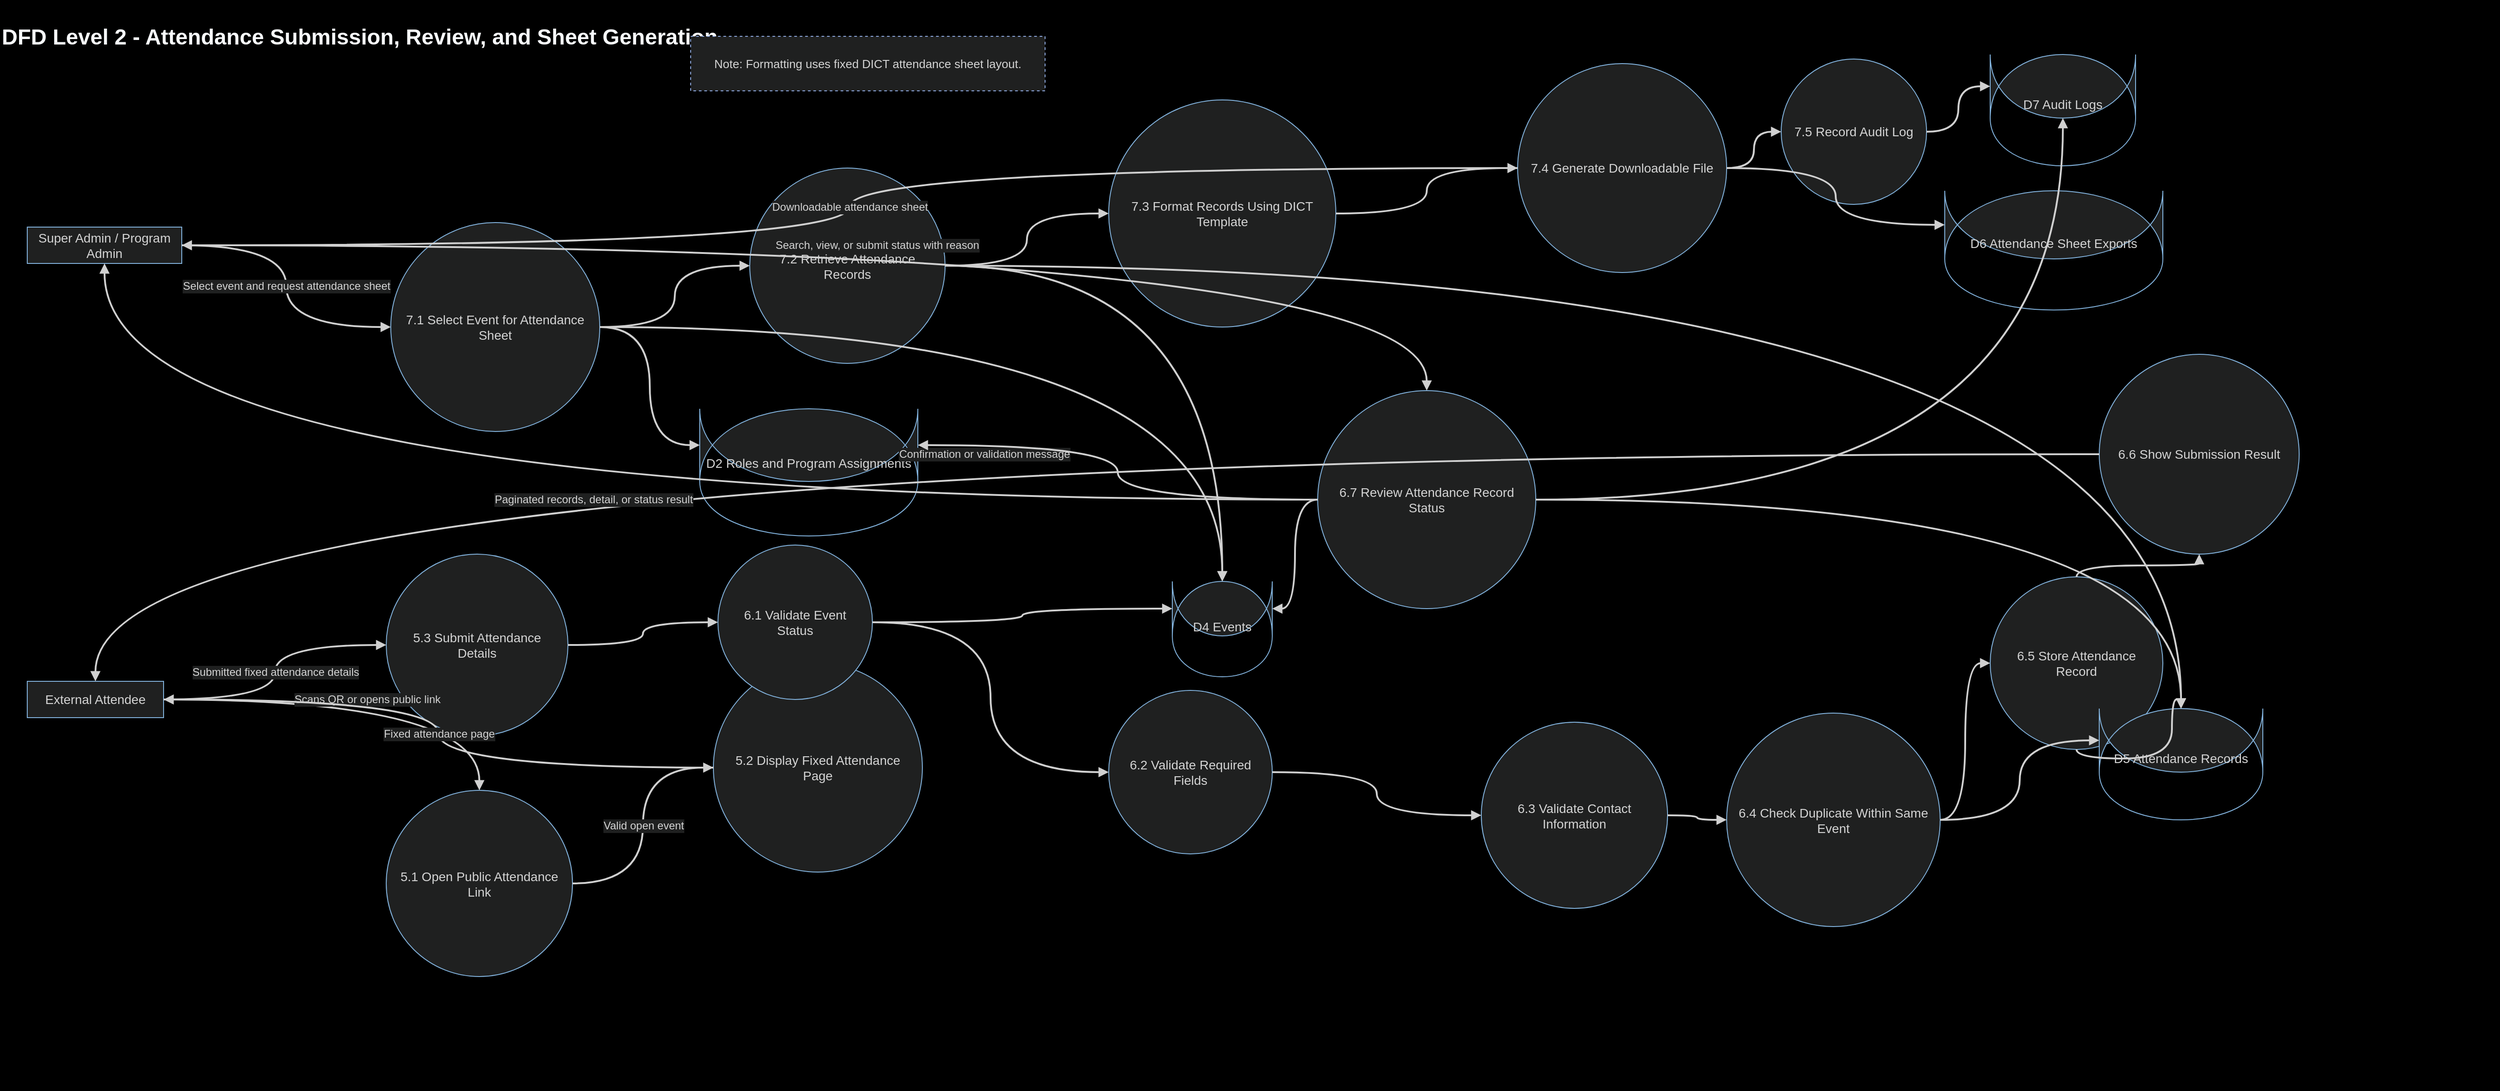
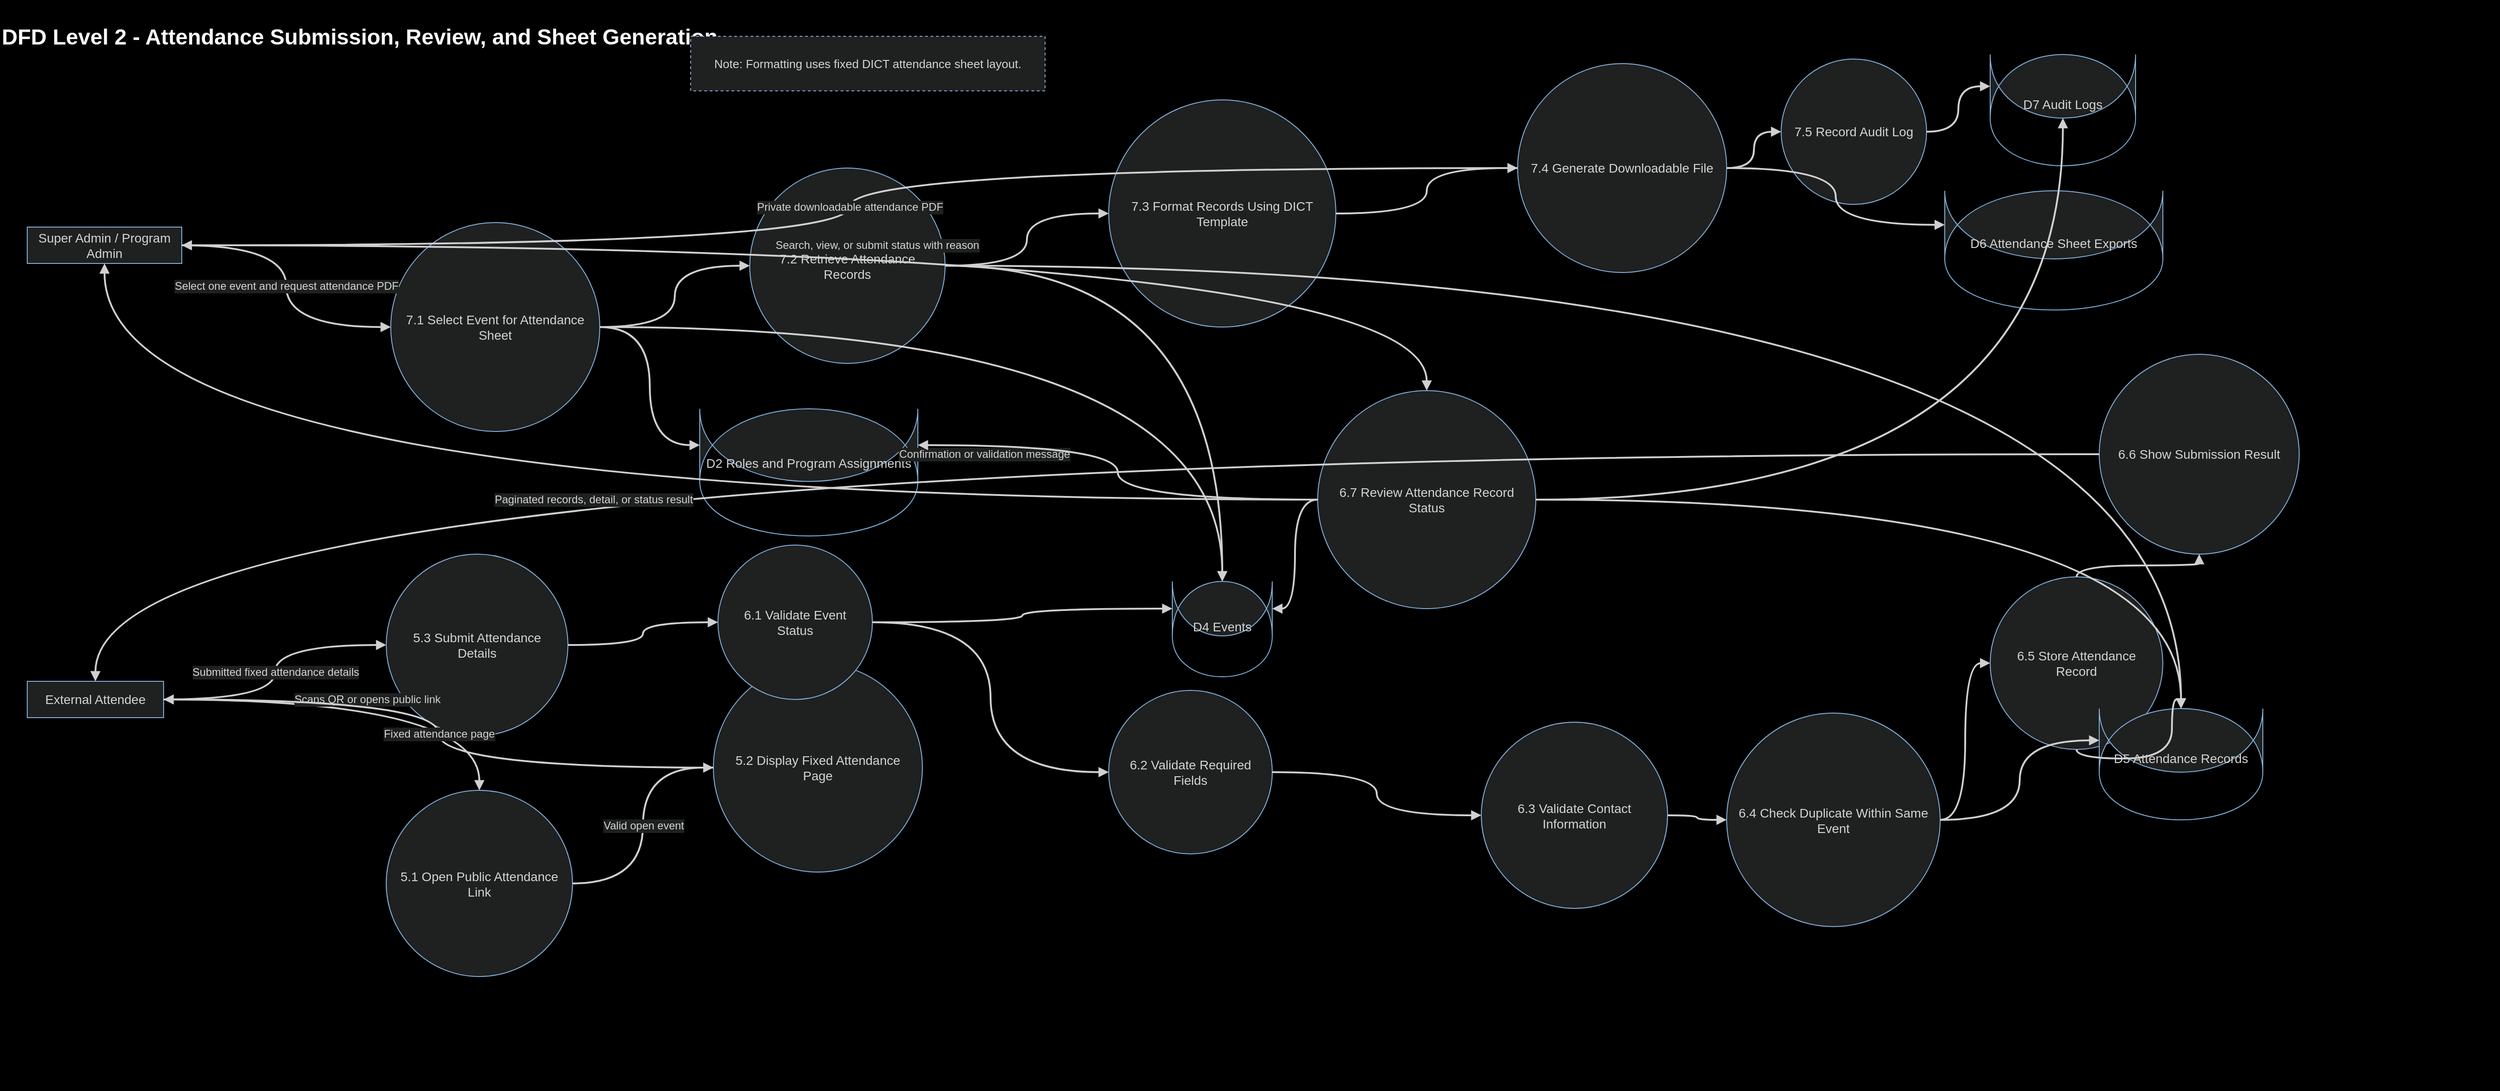
<?xml version='1.0' encoding='utf-8'?>
- <mxfile host="app.diagrams.net"><diagram name="DFD Level 2 - Attendance Submission, Review, and Sheet Generation"><mxGraphModel dx="2750" dy="1200" grid="1" gridSize="10" guides="1" tooltips="1" connect="1" arrows="1" fold="1" page="1" pageScale="1" pageWidth="2750" pageHeight="1200" background="#000000" math="0" shadow="0"><root><mxCell id="0" /><mxCell id="1" parent="0" /><mxCell id="background" value="" style="rounded=0;whiteSpace=wrap;html=1;fillColor=#000000;strokeColor=none;locked=1;" vertex="1" parent="1"><mxGeometry x="0" y="0" width="2750" height="1200" as="geometry" /></mxCell><mxCell id="title" value="DFD Level 2 - Attendance Submission, Review, and Sheet Generation" style="text;html=1;strokeColor=none;fillColor=none;fontColor=#f8fafc;fontStyle=1;fontSize=24;" vertex="1" parent="1"><mxGeometry x="0" y="20" width="2750" height="40" as="geometry" /></mxCell><mxCell id="note_template" value="Note: Formatting uses fixed DICT attendance sheet layout." style="rounded=0;whiteSpace=wrap;html=1;strokeColor=#8CA6DB;fillColor=#1f2020;fontColor=#d4d4d4;fontSize=13;spacing=8;dashed=1;" vertex="1" parent="1"><mxGeometry x="760" y="40" width="390" height="60" as="geometry" /></mxCell><mxCell id="admin" value="Super Admin / Program Admin" style="rounded=0;whiteSpace=wrap;html=1;strokeColor=#81B1DB;fillColor=#1f2020;fontColor=#d4d4d4;fontStyle=0;fontSize=14;spacing=8;" vertex="1" parent="1"><mxGeometry x="30" y="250" width="170" height="40" as="geometry" /></mxCell><mxCell id="attendee" value="External Attendee" style="rounded=0;whiteSpace=wrap;html=1;strokeColor=#81B1DB;fillColor=#1f2020;fontColor=#d4d4d4;fontStyle=0;fontSize=14;spacing=8;" vertex="1" parent="1"><mxGeometry x="30" y="750" width="150" height="40" as="geometry" /></mxCell><mxCell id="p71" value="7.1 Select Event for Attendance Sheet" style="ellipse;whiteSpace=wrap;html=1;strokeColor=#81B1DB;fillColor=#1f2020;fontColor=#d4d4d4;fontStyle=0;fontSize=14;spacing=8;" vertex="1" parent="1"><mxGeometry x="430" y="245" width="230" height="230" as="geometry" /></mxCell><mxCell id="p72" value="7.2 Retrieve Attendance Records" style="ellipse;whiteSpace=wrap;html=1;strokeColor=#81B1DB;fillColor=#1f2020;fontColor=#d4d4d4;fontStyle=0;fontSize=14;spacing=8;" vertex="1" parent="1"><mxGeometry x="825" y="185" width="215" height="215" as="geometry" /></mxCell><mxCell id="p73" value="7.3 Format Records Using DICT Template" style="ellipse;whiteSpace=wrap;html=1;strokeColor=#81B1DB;fillColor=#1f2020;fontColor=#d4d4d4;fontStyle=0;fontSize=14;spacing=8;" vertex="1" parent="1"><mxGeometry x="1220" y="110" width="250" height="250" as="geometry" /></mxCell><mxCell id="p74" value="7.4 Generate Downloadable File" style="ellipse;whiteSpace=wrap;html=1;strokeColor=#81B1DB;fillColor=#1f2020;fontColor=#d4d4d4;fontStyle=0;fontSize=14;spacing=8;" vertex="1" parent="1"><mxGeometry x="1670" y="70" width="230" height="230" as="geometry" /></mxCell><mxCell id="p75" value="7.5 Record Audit Log" style="ellipse;whiteSpace=wrap;html=1;strokeColor=#81B1DB;fillColor=#1f2020;fontColor=#d4d4d4;fontStyle=0;fontSize=14;spacing=8;" vertex="1" parent="1"><mxGeometry x="1960" y="65" width="160" height="160" as="geometry" /></mxCell><mxCell id="p51" value="5.1 Open Public Attendance Link" style="ellipse;whiteSpace=wrap;html=1;strokeColor=#81B1DB;fillColor=#1f2020;fontColor=#d4d4d4;fontStyle=0;fontSize=14;spacing=8;" vertex="1" parent="1"><mxGeometry x="425" y="870" width="205" height="205" as="geometry" /></mxCell><mxCell id="p52" value="5.2 Display Fixed Attendance Page" style="ellipse;whiteSpace=wrap;html=1;strokeColor=#81B1DB;fillColor=#1f2020;fontColor=#d4d4d4;fontStyle=0;fontSize=14;spacing=8;" vertex="1" parent="1"><mxGeometry x="785" y="730" width="230" height="230" as="geometry" /></mxCell><mxCell id="p53" value="5.3 Submit Attendance Details" style="ellipse;whiteSpace=wrap;html=1;strokeColor=#81B1DB;fillColor=#1f2020;fontColor=#d4d4d4;fontStyle=0;fontSize=14;spacing=8;" vertex="1" parent="1"><mxGeometry x="425" y="610" width="200" height="200" as="geometry" /></mxCell><mxCell id="p61" value="6.1 Validate Event Status" style="ellipse;whiteSpace=wrap;html=1;strokeColor=#81B1DB;fillColor=#1f2020;fontColor=#d4d4d4;fontStyle=0;fontSize=14;spacing=8;" vertex="1" parent="1"><mxGeometry x="790" y="600" width="170" height="170" as="geometry" /></mxCell><mxCell id="p62" value="6.2 Validate Required Fields" style="ellipse;whiteSpace=wrap;html=1;strokeColor=#81B1DB;fillColor=#1f2020;fontColor=#d4d4d4;fontStyle=0;fontSize=14;spacing=8;" vertex="1" parent="1"><mxGeometry x="1220" y="760" width="180" height="180" as="geometry" /></mxCell><mxCell id="p63" value="6.3 Validate Contact Information" style="ellipse;whiteSpace=wrap;html=1;strokeColor=#81B1DB;fillColor=#1f2020;fontColor=#d4d4d4;fontStyle=0;fontSize=14;spacing=8;" vertex="1" parent="1"><mxGeometry x="1630" y="795" width="205" height="205" as="geometry" /></mxCell><mxCell id="p64" value="6.4 Check Duplicate Within Same Event" style="ellipse;whiteSpace=wrap;html=1;strokeColor=#81B1DB;fillColor=#1f2020;fontColor=#d4d4d4;fontStyle=0;fontSize=14;spacing=8;" vertex="1" parent="1"><mxGeometry x="1900" y="785" width="235" height="235" as="geometry" /></mxCell><mxCell id="p65" value="6.5 Store Attendance Record" style="ellipse;whiteSpace=wrap;html=1;strokeColor=#81B1DB;fillColor=#1f2020;fontColor=#d4d4d4;fontStyle=0;fontSize=14;spacing=8;" vertex="1" parent="1"><mxGeometry x="2190" y="635" width="190" height="190" as="geometry" /></mxCell><mxCell id="p66" value="6.6 Show Submission Result" style="ellipse;whiteSpace=wrap;html=1;strokeColor=#81B1DB;fillColor=#1f2020;fontColor=#d4d4d4;fontStyle=0;fontSize=14;spacing=8;" vertex="1" parent="1"><mxGeometry x="2310" y="390" width="220" height="220" as="geometry" /></mxCell><mxCell id="p67" value="6.7 Review Attendance Record Status" style="ellipse;whiteSpace=wrap;html=1;strokeColor=#81B1DB;fillColor=#1f2020;fontColor=#d4d4d4;fontStyle=0;fontSize=14;spacing=8;" vertex="1" parent="1"><mxGeometry x="1450" y="430" width="240" height="240" as="geometry" /></mxCell><mxCell id="d2" value="D2 Roles and Program Assignments" style="shape=cylinder;whiteSpace=wrap;html=1;boundedLbl=1;backgroundOutline=1;size=15;strokeColor=#81B1DB;fillColor=#1f2020;fontColor=#d4d4d4;fontSize=14;spacing=8;" vertex="1" parent="1"><mxGeometry x="770" y="450" width="240" height="80" as="geometry" /></mxCell><mxCell id="d4" value="D4 Events" style="shape=cylinder;whiteSpace=wrap;html=1;boundedLbl=1;backgroundOutline=1;size=15;strokeColor=#81B1DB;fillColor=#1f2020;fontColor=#d4d4d4;fontSize=14;spacing=8;" vertex="1" parent="1"><mxGeometry x="1290" y="640" width="110" height="60" as="geometry" /></mxCell><mxCell id="d5" value="D5 Attendance Records" style="shape=cylinder;whiteSpace=wrap;html=1;boundedLbl=1;backgroundOutline=1;size=15;strokeColor=#81B1DB;fillColor=#1f2020;fontColor=#d4d4d4;fontSize=14;spacing=8;" vertex="1" parent="1"><mxGeometry x="2310" y="780" width="180" height="70" as="geometry" /></mxCell><mxCell id="d6" value="D6 Attendance Sheet Exports" style="shape=cylinder;whiteSpace=wrap;html=1;boundedLbl=1;backgroundOutline=1;size=15;strokeColor=#81B1DB;fillColor=#1f2020;fontColor=#d4d4d4;fontSize=14;spacing=8;" vertex="1" parent="1"><mxGeometry x="2140" y="210" width="240" height="75" as="geometry" /></mxCell><mxCell id="d7" value="D7 Audit Logs" style="shape=cylinder;whiteSpace=wrap;html=1;boundedLbl=1;backgroundOutline=1;size=15;strokeColor=#81B1DB;fillColor=#1f2020;fontColor=#d4d4d4;fontSize=14;spacing=8;" vertex="1" parent="1"><mxGeometry x="2190" y="60" width="160" height="70" as="geometry" /></mxCell><mxCell id="e1" value="Scans QR or opens public link" style="edgeStyle=orthogonalEdgeStyle;rounded=1;curved=1;html=1;endArrow=block;strokeColor=#d0d0d0;fontColor=#d4d4d4;fontSize=12;labelBackgroundColor=#1f2020;strokeWidth=2;" edge="1" parent="1" source="attendee" target="p51"><mxGeometry relative="1" as="geometry" /></mxCell><mxCell id="e2" value="Valid open event" style="edgeStyle=orthogonalEdgeStyle;rounded=1;curved=1;html=1;endArrow=block;strokeColor=#d0d0d0;fontColor=#d4d4d4;fontSize=12;labelBackgroundColor=#1f2020;strokeWidth=2;" edge="1" parent="1" source="p51" target="p52"><mxGeometry relative="1" as="geometry" /></mxCell><mxCell id="e3" value="Fixed attendance page" style="edgeStyle=orthogonalEdgeStyle;rounded=1;curved=1;html=1;endArrow=block;strokeColor=#d0d0d0;fontColor=#d4d4d4;fontSize=12;labelBackgroundColor=#1f2020;strokeWidth=2;" edge="1" parent="1" source="p52" target="attendee"><mxGeometry relative="1" as="geometry" /></mxCell><mxCell id="e4" value="Submitted fixed attendance details" style="edgeStyle=orthogonalEdgeStyle;rounded=1;curved=1;html=1;endArrow=block;strokeColor=#d0d0d0;fontColor=#d4d4d4;fontSize=12;labelBackgroundColor=#1f2020;strokeWidth=2;" edge="1" parent="1" source="attendee" target="p53"><mxGeometry relative="1" as="geometry" /></mxCell><mxCell id="e5" value="" style="edgeStyle=orthogonalEdgeStyle;rounded=1;curved=1;html=1;endArrow=block;strokeColor=#d0d0d0;fontColor=#d4d4d4;fontSize=12;labelBackgroundColor=#1f2020;strokeWidth=2;" edge="1" parent="1" source="p53" target="p61"><mxGeometry relative="1" as="geometry" /></mxCell><mxCell id="e6" value="" style="edgeStyle=orthogonalEdgeStyle;rounded=1;curved=1;html=1;endArrow=block;strokeColor=#d0d0d0;fontColor=#d4d4d4;fontSize=12;labelBackgroundColor=#1f2020;strokeWidth=2;" edge="1" parent="1" source="p61" target="d4"><mxGeometry relative="1" as="geometry" /></mxCell><mxCell id="e7" value="" style="edgeStyle=orthogonalEdgeStyle;rounded=1;curved=1;html=1;endArrow=block;strokeColor=#d0d0d0;fontColor=#d4d4d4;fontSize=12;labelBackgroundColor=#1f2020;strokeWidth=2;" edge="1" parent="1" source="p61" target="p62"><mxGeometry relative="1" as="geometry" /></mxCell><mxCell id="e8" value="" style="edgeStyle=orthogonalEdgeStyle;rounded=1;curved=1;html=1;endArrow=block;strokeColor=#d0d0d0;fontColor=#d4d4d4;fontSize=12;labelBackgroundColor=#1f2020;strokeWidth=2;" edge="1" parent="1" source="p62" target="p63"><mxGeometry relative="1" as="geometry" /></mxCell><mxCell id="e9" value="" style="edgeStyle=orthogonalEdgeStyle;rounded=1;curved=1;html=1;endArrow=block;strokeColor=#d0d0d0;fontColor=#d4d4d4;fontSize=12;labelBackgroundColor=#1f2020;strokeWidth=2;" edge="1" parent="1" source="p63" target="p64"><mxGeometry relative="1" as="geometry" /></mxCell><mxCell id="e10" value="" style="edgeStyle=orthogonalEdgeStyle;rounded=1;curved=1;html=1;endArrow=block;strokeColor=#d0d0d0;fontColor=#d4d4d4;fontSize=12;labelBackgroundColor=#1f2020;strokeWidth=2;" edge="1" parent="1" source="p64" target="p65"><mxGeometry relative="1" as="geometry" /></mxCell><mxCell id="e11" value="" style="edgeStyle=orthogonalEdgeStyle;rounded=1;curved=1;html=1;endArrow=block;strokeColor=#d0d0d0;fontColor=#d4d4d4;fontSize=12;labelBackgroundColor=#1f2020;strokeWidth=2;" edge="1" parent="1" source="p64" target="d5"><mxGeometry relative="1" as="geometry" /></mxCell><mxCell id="e12" value="" style="edgeStyle=orthogonalEdgeStyle;rounded=1;curved=1;html=1;endArrow=block;strokeColor=#d0d0d0;fontColor=#d4d4d4;fontSize=12;labelBackgroundColor=#1f2020;strokeWidth=2;" edge="1" parent="1" source="p65" target="d5"><mxGeometry relative="1" as="geometry" /></mxCell><mxCell id="e13" value="" style="edgeStyle=orthogonalEdgeStyle;rounded=1;curved=1;html=1;endArrow=block;strokeColor=#d0d0d0;fontColor=#d4d4d4;fontSize=12;labelBackgroundColor=#1f2020;strokeWidth=2;" edge="1" parent="1" source="p65" target="p66"><mxGeometry relative="1" as="geometry" /></mxCell><mxCell id="e14" value="Confirmation or validation message" style="edgeStyle=orthogonalEdgeStyle;rounded=1;curved=1;html=1;endArrow=block;strokeColor=#d0d0d0;fontColor=#d4d4d4;fontSize=12;labelBackgroundColor=#1f2020;strokeWidth=2;" edge="1" parent="1" source="p66" target="attendee"><mxGeometry relative="1" as="geometry" /></mxCell><mxCell id="e15" value="Search, view, or submit status with reason" style="edgeStyle=orthogonalEdgeStyle;rounded=1;curved=1;html=1;endArrow=block;strokeColor=#d0d0d0;fontColor=#d4d4d4;fontSize=12;labelBackgroundColor=#1f2020;strokeWidth=2;" edge="1" parent="1" source="admin" target="p67"><mxGeometry relative="1" as="geometry" /></mxCell><mxCell id="e16" value="" style="edgeStyle=orthogonalEdgeStyle;rounded=1;curved=1;html=1;endArrow=block;strokeColor=#d0d0d0;fontColor=#d4d4d4;fontSize=12;labelBackgroundColor=#1f2020;strokeWidth=2;" edge="1" parent="1" source="p67" target="d2"><mxGeometry relative="1" as="geometry" /></mxCell><mxCell id="e17" value="" style="edgeStyle=orthogonalEdgeStyle;rounded=1;curved=1;html=1;endArrow=block;strokeColor=#d0d0d0;fontColor=#d4d4d4;fontSize=12;labelBackgroundColor=#1f2020;strokeWidth=2;" edge="1" parent="1" source="p67" target="d4"><mxGeometry relative="1" as="geometry" /></mxCell><mxCell id="e18" value="" style="edgeStyle=orthogonalEdgeStyle;rounded=1;curved=1;html=1;endArrow=block;strokeColor=#d0d0d0;fontColor=#d4d4d4;fontSize=12;labelBackgroundColor=#1f2020;strokeWidth=2;" edge="1" parent="1" source="p67" target="d5"><mxGeometry relative="1" as="geometry" /></mxCell><mxCell id="e19" value="" style="edgeStyle=orthogonalEdgeStyle;rounded=1;curved=1;html=1;endArrow=block;strokeColor=#d0d0d0;fontColor=#d4d4d4;fontSize=12;labelBackgroundColor=#1f2020;strokeWidth=2;" edge="1" parent="1" source="p67" target="d7"><mxGeometry relative="1" as="geometry" /></mxCell><mxCell id="e20" value="Paginated records, detail, or status result" style="edgeStyle=orthogonalEdgeStyle;rounded=1;curved=1;html=1;endArrow=block;strokeColor=#d0d0d0;fontColor=#d4d4d4;fontSize=12;labelBackgroundColor=#1f2020;strokeWidth=2;" edge="1" parent="1" source="p67" target="admin"><mxGeometry relative="1" as="geometry" /></mxCell><mxCell id="e21" value="Select event and request attendance sheet" style="edgeStyle=orthogonalEdgeStyle;rounded=1;curved=1;html=1;endArrow=block;strokeColor=#d0d0d0;fontColor=#d4d4d4;fontSize=12;labelBackgroundColor=#1f2020;strokeWidth=2;" edge="1" parent="1" source="admin" target="p71"><mxGeometry relative="1" as="geometry" /></mxCell><mxCell id="e22" value="" style="edgeStyle=orthogonalEdgeStyle;rounded=1;curved=1;html=1;endArrow=block;strokeColor=#d0d0d0;fontColor=#d4d4d4;fontSize=12;labelBackgroundColor=#1f2020;strokeWidth=2;" edge="1" parent="1" source="p71" target="d2"><mxGeometry relative="1" as="geometry" /></mxCell><mxCell id="e23" value="" style="edgeStyle=orthogonalEdgeStyle;rounded=1;curved=1;html=1;endArrow=block;strokeColor=#d0d0d0;fontColor=#d4d4d4;fontSize=12;labelBackgroundColor=#1f2020;strokeWidth=2;" edge="1" parent="1" source="p71" target="d4"><mxGeometry relative="1" as="geometry" /></mxCell><mxCell id="e24" value="" style="edgeStyle=orthogonalEdgeStyle;rounded=1;curved=1;html=1;endArrow=block;strokeColor=#d0d0d0;fontColor=#d4d4d4;fontSize=12;labelBackgroundColor=#1f2020;strokeWidth=2;" edge="1" parent="1" source="p71" target="p72"><mxGeometry relative="1" as="geometry" /></mxCell><mxCell id="e25" value="" style="edgeStyle=orthogonalEdgeStyle;rounded=1;curved=1;html=1;endArrow=block;strokeColor=#d0d0d0;fontColor=#d4d4d4;fontSize=12;labelBackgroundColor=#1f2020;strokeWidth=2;" edge="1" parent="1" source="p72" target="d4"><mxGeometry relative="1" as="geometry" /></mxCell><mxCell id="e26" value="" style="edgeStyle=orthogonalEdgeStyle;rounded=1;curved=1;html=1;endArrow=block;strokeColor=#d0d0d0;fontColor=#d4d4d4;fontSize=12;labelBackgroundColor=#1f2020;strokeWidth=2;" edge="1" parent="1" source="p72" target="d5"><mxGeometry relative="1" as="geometry" /></mxCell><mxCell id="e27" value="" style="edgeStyle=orthogonalEdgeStyle;rounded=1;curved=1;html=1;endArrow=block;strokeColor=#d0d0d0;fontColor=#d4d4d4;fontSize=12;labelBackgroundColor=#1f2020;strokeWidth=2;" edge="1" parent="1" source="p72" target="p73"><mxGeometry relative="1" as="geometry" /></mxCell><mxCell id="e28" value="" style="edgeStyle=orthogonalEdgeStyle;rounded=1;curved=1;html=1;endArrow=block;strokeColor=#d0d0d0;fontColor=#d4d4d4;fontSize=12;labelBackgroundColor=#1f2020;strokeWidth=2;" edge="1" parent="1" source="p73" target="p74"><mxGeometry relative="1" as="geometry" /></mxCell><mxCell id="e29" value="Downloadable attendance sheet" style="edgeStyle=orthogonalEdgeStyle;rounded=1;curved=1;html=1;endArrow=block;strokeColor=#d0d0d0;fontColor=#d4d4d4;fontSize=12;labelBackgroundColor=#1f2020;strokeWidth=2;" edge="1" parent="1" source="p74" target="admin"><mxGeometry relative="1" as="geometry" /></mxCell><mxCell id="e30" value="" style="edgeStyle=orthogonalEdgeStyle;rounded=1;curved=1;html=1;endArrow=block;strokeColor=#d0d0d0;fontColor=#d4d4d4;fontSize=12;labelBackgroundColor=#1f2020;strokeWidth=2;" edge="1" parent="1" source="p74" target="d6"><mxGeometry relative="1" as="geometry" /></mxCell><mxCell id="e31" value="" style="edgeStyle=orthogonalEdgeStyle;rounded=1;curved=1;html=1;endArrow=block;strokeColor=#d0d0d0;fontColor=#d4d4d4;fontSize=12;labelBackgroundColor=#1f2020;strokeWidth=2;" edge="1" parent="1" source="p74" target="p75"><mxGeometry relative="1" as="geometry" /></mxCell><mxCell id="e32" value="" style="edgeStyle=orthogonalEdgeStyle;rounded=1;curved=1;html=1;endArrow=block;strokeColor=#d0d0d0;fontColor=#d4d4d4;fontSize=12;labelBackgroundColor=#1f2020;strokeWidth=2;" edge="1" parent="1" source="p75" target="d7"><mxGeometry relative="1" as="geometry" /></mxCell></root></mxGraphModel></diagram></mxfile>+ <mxfile host="app.diagrams.net"><diagram name="DFD Level 2 - Attendance Submission, Review, and Sheet Generation"><mxGraphModel dx="2750" dy="1200" grid="1" gridSize="10" guides="1" tooltips="1" connect="1" arrows="1" fold="1" page="1" pageScale="1" pageWidth="2750" pageHeight="1200" background="#000000" math="0" shadow="0"><root><mxCell id="0" /><mxCell id="1" parent="0" /><mxCell id="background" value="" style="rounded=0;whiteSpace=wrap;html=1;fillColor=#000000;strokeColor=none;locked=1;" vertex="1" parent="1"><mxGeometry x="0" y="0" width="2750" height="1200" as="geometry" /></mxCell><mxCell id="title" value="DFD Level 2 - Attendance Submission, Review, and Sheet Generation" style="text;html=1;strokeColor=none;fillColor=none;fontColor=#f8fafc;fontStyle=1;fontSize=24;" vertex="1" parent="1"><mxGeometry x="0" y="20" width="2750" height="40" as="geometry" /></mxCell><mxCell id="note_template" value="Note: Formatting uses fixed DICT attendance sheet layout." style="rounded=0;whiteSpace=wrap;html=1;strokeColor=#8CA6DB;fillColor=#1f2020;fontColor=#d4d4d4;fontSize=13;spacing=8;dashed=1;" vertex="1" parent="1"><mxGeometry x="760" y="40" width="390" height="60" as="geometry" /></mxCell><mxCell id="admin" value="Super Admin / Program Admin" style="rounded=0;whiteSpace=wrap;html=1;strokeColor=#81B1DB;fillColor=#1f2020;fontColor=#d4d4d4;fontStyle=0;fontSize=14;spacing=8;" vertex="1" parent="1"><mxGeometry x="30" y="250" width="170" height="40" as="geometry" /></mxCell><mxCell id="attendee" value="External Attendee" style="rounded=0;whiteSpace=wrap;html=1;strokeColor=#81B1DB;fillColor=#1f2020;fontColor=#d4d4d4;fontStyle=0;fontSize=14;spacing=8;" vertex="1" parent="1"><mxGeometry x="30" y="750" width="150" height="40" as="geometry" /></mxCell><mxCell id="p71" value="7.1 Select Event for Attendance Sheet" style="ellipse;whiteSpace=wrap;html=1;strokeColor=#81B1DB;fillColor=#1f2020;fontColor=#d4d4d4;fontStyle=0;fontSize=14;spacing=8;" vertex="1" parent="1"><mxGeometry x="430" y="245" width="230" height="230" as="geometry" /></mxCell><mxCell id="p72" value="7.2 Retrieve Attendance Records" style="ellipse;whiteSpace=wrap;html=1;strokeColor=#81B1DB;fillColor=#1f2020;fontColor=#d4d4d4;fontStyle=0;fontSize=14;spacing=8;" vertex="1" parent="1"><mxGeometry x="825" y="185" width="215" height="215" as="geometry" /></mxCell><mxCell id="p73" value="7.3 Format Records Using DICT Template" style="ellipse;whiteSpace=wrap;html=1;strokeColor=#81B1DB;fillColor=#1f2020;fontColor=#d4d4d4;fontStyle=0;fontSize=14;spacing=8;" vertex="1" parent="1"><mxGeometry x="1220" y="110" width="250" height="250" as="geometry" /></mxCell><mxCell id="p74" value="7.4 Generate Downloadable File" style="ellipse;whiteSpace=wrap;html=1;strokeColor=#81B1DB;fillColor=#1f2020;fontColor=#d4d4d4;fontStyle=0;fontSize=14;spacing=8;" vertex="1" parent="1"><mxGeometry x="1670" y="70" width="230" height="230" as="geometry" /></mxCell><mxCell id="p75" value="7.5 Record Audit Log" style="ellipse;whiteSpace=wrap;html=1;strokeColor=#81B1DB;fillColor=#1f2020;fontColor=#d4d4d4;fontStyle=0;fontSize=14;spacing=8;" vertex="1" parent="1"><mxGeometry x="1960" y="65" width="160" height="160" as="geometry" /></mxCell><mxCell id="p51" value="5.1 Open Public Attendance Link" style="ellipse;whiteSpace=wrap;html=1;strokeColor=#81B1DB;fillColor=#1f2020;fontColor=#d4d4d4;fontStyle=0;fontSize=14;spacing=8;" vertex="1" parent="1"><mxGeometry x="425" y="870" width="205" height="205" as="geometry" /></mxCell><mxCell id="p52" value="5.2 Display Fixed Attendance Page" style="ellipse;whiteSpace=wrap;html=1;strokeColor=#81B1DB;fillColor=#1f2020;fontColor=#d4d4d4;fontStyle=0;fontSize=14;spacing=8;" vertex="1" parent="1"><mxGeometry x="785" y="730" width="230" height="230" as="geometry" /></mxCell><mxCell id="p53" value="5.3 Submit Attendance Details" style="ellipse;whiteSpace=wrap;html=1;strokeColor=#81B1DB;fillColor=#1f2020;fontColor=#d4d4d4;fontStyle=0;fontSize=14;spacing=8;" vertex="1" parent="1"><mxGeometry x="425" y="610" width="200" height="200" as="geometry" /></mxCell><mxCell id="p61" value="6.1 Validate Event Status" style="ellipse;whiteSpace=wrap;html=1;strokeColor=#81B1DB;fillColor=#1f2020;fontColor=#d4d4d4;fontStyle=0;fontSize=14;spacing=8;" vertex="1" parent="1"><mxGeometry x="790" y="600" width="170" height="170" as="geometry" /></mxCell><mxCell id="p62" value="6.2 Validate Required Fields" style="ellipse;whiteSpace=wrap;html=1;strokeColor=#81B1DB;fillColor=#1f2020;fontColor=#d4d4d4;fontStyle=0;fontSize=14;spacing=8;" vertex="1" parent="1"><mxGeometry x="1220" y="760" width="180" height="180" as="geometry" /></mxCell><mxCell id="p63" value="6.3 Validate Contact Information" style="ellipse;whiteSpace=wrap;html=1;strokeColor=#81B1DB;fillColor=#1f2020;fontColor=#d4d4d4;fontStyle=0;fontSize=14;spacing=8;" vertex="1" parent="1"><mxGeometry x="1630" y="795" width="205" height="205" as="geometry" /></mxCell><mxCell id="p64" value="6.4 Check Duplicate Within Same Event" style="ellipse;whiteSpace=wrap;html=1;strokeColor=#81B1DB;fillColor=#1f2020;fontColor=#d4d4d4;fontStyle=0;fontSize=14;spacing=8;" vertex="1" parent="1"><mxGeometry x="1900" y="785" width="235" height="235" as="geometry" /></mxCell><mxCell id="p65" value="6.5 Store Attendance Record" style="ellipse;whiteSpace=wrap;html=1;strokeColor=#81B1DB;fillColor=#1f2020;fontColor=#d4d4d4;fontStyle=0;fontSize=14;spacing=8;" vertex="1" parent="1"><mxGeometry x="2190" y="635" width="190" height="190" as="geometry" /></mxCell><mxCell id="p66" value="6.6 Show Submission Result" style="ellipse;whiteSpace=wrap;html=1;strokeColor=#81B1DB;fillColor=#1f2020;fontColor=#d4d4d4;fontStyle=0;fontSize=14;spacing=8;" vertex="1" parent="1"><mxGeometry x="2310" y="390" width="220" height="220" as="geometry" /></mxCell><mxCell id="p67" value="6.7 Review Attendance Record Status" style="ellipse;whiteSpace=wrap;html=1;strokeColor=#81B1DB;fillColor=#1f2020;fontColor=#d4d4d4;fontStyle=0;fontSize=14;spacing=8;" vertex="1" parent="1"><mxGeometry x="1450" y="430" width="240" height="240" as="geometry" /></mxCell><mxCell id="d2" value="D2 Roles and Program Assignments" style="shape=cylinder;whiteSpace=wrap;html=1;boundedLbl=1;backgroundOutline=1;size=15;strokeColor=#81B1DB;fillColor=#1f2020;fontColor=#d4d4d4;fontSize=14;spacing=8;" vertex="1" parent="1"><mxGeometry x="770" y="450" width="240" height="80" as="geometry" /></mxCell><mxCell id="d4" value="D4 Events" style="shape=cylinder;whiteSpace=wrap;html=1;boundedLbl=1;backgroundOutline=1;size=15;strokeColor=#81B1DB;fillColor=#1f2020;fontColor=#d4d4d4;fontSize=14;spacing=8;" vertex="1" parent="1"><mxGeometry x="1290" y="640" width="110" height="60" as="geometry" /></mxCell><mxCell id="d5" value="D5 Attendance Records" style="shape=cylinder;whiteSpace=wrap;html=1;boundedLbl=1;backgroundOutline=1;size=15;strokeColor=#81B1DB;fillColor=#1f2020;fontColor=#d4d4d4;fontSize=14;spacing=8;" vertex="1" parent="1"><mxGeometry x="2310" y="780" width="180" height="70" as="geometry" /></mxCell><mxCell id="d6" value="D6 Attendance Sheet Exports" style="shape=cylinder;whiteSpace=wrap;html=1;boundedLbl=1;backgroundOutline=1;size=15;strokeColor=#81B1DB;fillColor=#1f2020;fontColor=#d4d4d4;fontSize=14;spacing=8;" vertex="1" parent="1"><mxGeometry x="2140" y="210" width="240" height="75" as="geometry" /></mxCell><mxCell id="d7" value="D7 Audit Logs" style="shape=cylinder;whiteSpace=wrap;html=1;boundedLbl=1;backgroundOutline=1;size=15;strokeColor=#81B1DB;fillColor=#1f2020;fontColor=#d4d4d4;fontSize=14;spacing=8;" vertex="1" parent="1"><mxGeometry x="2190" y="60" width="160" height="70" as="geometry" /></mxCell><mxCell id="e1" value="Scans QR or opens public link" style="edgeStyle=orthogonalEdgeStyle;rounded=1;curved=1;html=1;endArrow=block;strokeColor=#d0d0d0;fontColor=#d4d4d4;fontSize=12;labelBackgroundColor=#1f2020;strokeWidth=2;" edge="1" parent="1" source="attendee" target="p51"><mxGeometry relative="1" as="geometry" /></mxCell><mxCell id="e2" value="Valid open event" style="edgeStyle=orthogonalEdgeStyle;rounded=1;curved=1;html=1;endArrow=block;strokeColor=#d0d0d0;fontColor=#d4d4d4;fontSize=12;labelBackgroundColor=#1f2020;strokeWidth=2;" edge="1" parent="1" source="p51" target="p52"><mxGeometry relative="1" as="geometry" /></mxCell><mxCell id="e3" value="Fixed attendance page" style="edgeStyle=orthogonalEdgeStyle;rounded=1;curved=1;html=1;endArrow=block;strokeColor=#d0d0d0;fontColor=#d4d4d4;fontSize=12;labelBackgroundColor=#1f2020;strokeWidth=2;" edge="1" parent="1" source="p52" target="attendee"><mxGeometry relative="1" as="geometry" /></mxCell><mxCell id="e4" value="Submitted fixed attendance details" style="edgeStyle=orthogonalEdgeStyle;rounded=1;curved=1;html=1;endArrow=block;strokeColor=#d0d0d0;fontColor=#d4d4d4;fontSize=12;labelBackgroundColor=#1f2020;strokeWidth=2;" edge="1" parent="1" source="attendee" target="p53"><mxGeometry relative="1" as="geometry" /></mxCell><mxCell id="e5" value="" style="edgeStyle=orthogonalEdgeStyle;rounded=1;curved=1;html=1;endArrow=block;strokeColor=#d0d0d0;fontColor=#d4d4d4;fontSize=12;labelBackgroundColor=#1f2020;strokeWidth=2;" edge="1" parent="1" source="p53" target="p61"><mxGeometry relative="1" as="geometry" /></mxCell><mxCell id="e6" value="" style="edgeStyle=orthogonalEdgeStyle;rounded=1;curved=1;html=1;endArrow=block;strokeColor=#d0d0d0;fontColor=#d4d4d4;fontSize=12;labelBackgroundColor=#1f2020;strokeWidth=2;" edge="1" parent="1" source="p61" target="d4"><mxGeometry relative="1" as="geometry" /></mxCell><mxCell id="e7" value="" style="edgeStyle=orthogonalEdgeStyle;rounded=1;curved=1;html=1;endArrow=block;strokeColor=#d0d0d0;fontColor=#d4d4d4;fontSize=12;labelBackgroundColor=#1f2020;strokeWidth=2;" edge="1" parent="1" source="p61" target="p62"><mxGeometry relative="1" as="geometry" /></mxCell><mxCell id="e8" value="" style="edgeStyle=orthogonalEdgeStyle;rounded=1;curved=1;html=1;endArrow=block;strokeColor=#d0d0d0;fontColor=#d4d4d4;fontSize=12;labelBackgroundColor=#1f2020;strokeWidth=2;" edge="1" parent="1" source="p62" target="p63"><mxGeometry relative="1" as="geometry" /></mxCell><mxCell id="e9" value="" style="edgeStyle=orthogonalEdgeStyle;rounded=1;curved=1;html=1;endArrow=block;strokeColor=#d0d0d0;fontColor=#d4d4d4;fontSize=12;labelBackgroundColor=#1f2020;strokeWidth=2;" edge="1" parent="1" source="p63" target="p64"><mxGeometry relative="1" as="geometry" /></mxCell><mxCell id="e10" value="" style="edgeStyle=orthogonalEdgeStyle;rounded=1;curved=1;html=1;endArrow=block;strokeColor=#d0d0d0;fontColor=#d4d4d4;fontSize=12;labelBackgroundColor=#1f2020;strokeWidth=2;" edge="1" parent="1" source="p64" target="p65"><mxGeometry relative="1" as="geometry" /></mxCell><mxCell id="e11" value="" style="edgeStyle=orthogonalEdgeStyle;rounded=1;curved=1;html=1;endArrow=block;strokeColor=#d0d0d0;fontColor=#d4d4d4;fontSize=12;labelBackgroundColor=#1f2020;strokeWidth=2;" edge="1" parent="1" source="p64" target="d5"><mxGeometry relative="1" as="geometry" /></mxCell><mxCell id="e12" value="" style="edgeStyle=orthogonalEdgeStyle;rounded=1;curved=1;html=1;endArrow=block;strokeColor=#d0d0d0;fontColor=#d4d4d4;fontSize=12;labelBackgroundColor=#1f2020;strokeWidth=2;" edge="1" parent="1" source="p65" target="d5"><mxGeometry relative="1" as="geometry" /></mxCell><mxCell id="e13" value="" style="edgeStyle=orthogonalEdgeStyle;rounded=1;curved=1;html=1;endArrow=block;strokeColor=#d0d0d0;fontColor=#d4d4d4;fontSize=12;labelBackgroundColor=#1f2020;strokeWidth=2;" edge="1" parent="1" source="p65" target="p66"><mxGeometry relative="1" as="geometry" /></mxCell><mxCell id="e14" value="Confirmation or validation message" style="edgeStyle=orthogonalEdgeStyle;rounded=1;curved=1;html=1;endArrow=block;strokeColor=#d0d0d0;fontColor=#d4d4d4;fontSize=12;labelBackgroundColor=#1f2020;strokeWidth=2;" edge="1" parent="1" source="p66" target="attendee"><mxGeometry relative="1" as="geometry" /></mxCell><mxCell id="e15" value="Search, view, or submit status with reason" style="edgeStyle=orthogonalEdgeStyle;rounded=1;curved=1;html=1;endArrow=block;strokeColor=#d0d0d0;fontColor=#d4d4d4;fontSize=12;labelBackgroundColor=#1f2020;strokeWidth=2;" edge="1" parent="1" source="admin" target="p67"><mxGeometry relative="1" as="geometry" /></mxCell><mxCell id="e16" value="" style="edgeStyle=orthogonalEdgeStyle;rounded=1;curved=1;html=1;endArrow=block;strokeColor=#d0d0d0;fontColor=#d4d4d4;fontSize=12;labelBackgroundColor=#1f2020;strokeWidth=2;" edge="1" parent="1" source="p67" target="d2"><mxGeometry relative="1" as="geometry" /></mxCell><mxCell id="e17" value="" style="edgeStyle=orthogonalEdgeStyle;rounded=1;curved=1;html=1;endArrow=block;strokeColor=#d0d0d0;fontColor=#d4d4d4;fontSize=12;labelBackgroundColor=#1f2020;strokeWidth=2;" edge="1" parent="1" source="p67" target="d4"><mxGeometry relative="1" as="geometry" /></mxCell><mxCell id="e18" value="" style="edgeStyle=orthogonalEdgeStyle;rounded=1;curved=1;html=1;endArrow=block;strokeColor=#d0d0d0;fontColor=#d4d4d4;fontSize=12;labelBackgroundColor=#1f2020;strokeWidth=2;" edge="1" parent="1" source="p67" target="d5"><mxGeometry relative="1" as="geometry" /></mxCell><mxCell id="e19" value="" style="edgeStyle=orthogonalEdgeStyle;rounded=1;curved=1;html=1;endArrow=block;strokeColor=#d0d0d0;fontColor=#d4d4d4;fontSize=12;labelBackgroundColor=#1f2020;strokeWidth=2;" edge="1" parent="1" source="p67" target="d7"><mxGeometry relative="1" as="geometry" /></mxCell><mxCell id="e20" value="Paginated records, detail, or status result" style="edgeStyle=orthogonalEdgeStyle;rounded=1;curved=1;html=1;endArrow=block;strokeColor=#d0d0d0;fontColor=#d4d4d4;fontSize=12;labelBackgroundColor=#1f2020;strokeWidth=2;" edge="1" parent="1" source="p67" target="admin"><mxGeometry relative="1" as="geometry" /></mxCell><mxCell id="e21" value="Select one event and request attendance PDF" style="edgeStyle=orthogonalEdgeStyle;rounded=1;curved=1;html=1;endArrow=block;strokeColor=#d0d0d0;fontColor=#d4d4d4;fontSize=12;labelBackgroundColor=#1f2020;strokeWidth=2;" edge="1" parent="1" source="admin" target="p71"><mxGeometry relative="1" as="geometry" /></mxCell><mxCell id="e22" value="" style="edgeStyle=orthogonalEdgeStyle;rounded=1;curved=1;html=1;endArrow=block;strokeColor=#d0d0d0;fontColor=#d4d4d4;fontSize=12;labelBackgroundColor=#1f2020;strokeWidth=2;" edge="1" parent="1" source="p71" target="d2"><mxGeometry relative="1" as="geometry" /></mxCell><mxCell id="e23" value="" style="edgeStyle=orthogonalEdgeStyle;rounded=1;curved=1;html=1;endArrow=block;strokeColor=#d0d0d0;fontColor=#d4d4d4;fontSize=12;labelBackgroundColor=#1f2020;strokeWidth=2;" edge="1" parent="1" source="p71" target="d4"><mxGeometry relative="1" as="geometry" /></mxCell><mxCell id="e24" value="" style="edgeStyle=orthogonalEdgeStyle;rounded=1;curved=1;html=1;endArrow=block;strokeColor=#d0d0d0;fontColor=#d4d4d4;fontSize=12;labelBackgroundColor=#1f2020;strokeWidth=2;" edge="1" parent="1" source="p71" target="p72"><mxGeometry relative="1" as="geometry" /></mxCell><mxCell id="e25" value="" style="edgeStyle=orthogonalEdgeStyle;rounded=1;curved=1;html=1;endArrow=block;strokeColor=#d0d0d0;fontColor=#d4d4d4;fontSize=12;labelBackgroundColor=#1f2020;strokeWidth=2;" edge="1" parent="1" source="p72" target="d4"><mxGeometry relative="1" as="geometry" /></mxCell><mxCell id="e26" value="" style="edgeStyle=orthogonalEdgeStyle;rounded=1;curved=1;html=1;endArrow=block;strokeColor=#d0d0d0;fontColor=#d4d4d4;fontSize=12;labelBackgroundColor=#1f2020;strokeWidth=2;" edge="1" parent="1" source="p72" target="d5"><mxGeometry relative="1" as="geometry" /></mxCell><mxCell id="e27" value="" style="edgeStyle=orthogonalEdgeStyle;rounded=1;curved=1;html=1;endArrow=block;strokeColor=#d0d0d0;fontColor=#d4d4d4;fontSize=12;labelBackgroundColor=#1f2020;strokeWidth=2;" edge="1" parent="1" source="p72" target="p73"><mxGeometry relative="1" as="geometry" /></mxCell><mxCell id="e28" value="" style="edgeStyle=orthogonalEdgeStyle;rounded=1;curved=1;html=1;endArrow=block;strokeColor=#d0d0d0;fontColor=#d4d4d4;fontSize=12;labelBackgroundColor=#1f2020;strokeWidth=2;" edge="1" parent="1" source="p73" target="p74"><mxGeometry relative="1" as="geometry" /></mxCell><mxCell id="e29" value="Private downloadable attendance PDF" style="edgeStyle=orthogonalEdgeStyle;rounded=1;curved=1;html=1;endArrow=block;strokeColor=#d0d0d0;fontColor=#d4d4d4;fontSize=12;labelBackgroundColor=#1f2020;strokeWidth=2;" edge="1" parent="1" source="p74" target="admin"><mxGeometry relative="1" as="geometry" /></mxCell><mxCell id="e30" value="" style="edgeStyle=orthogonalEdgeStyle;rounded=1;curved=1;html=1;endArrow=block;strokeColor=#d0d0d0;fontColor=#d4d4d4;fontSize=12;labelBackgroundColor=#1f2020;strokeWidth=2;" edge="1" parent="1" source="p74" target="d6"><mxGeometry relative="1" as="geometry" /></mxCell><mxCell id="e31" value="" style="edgeStyle=orthogonalEdgeStyle;rounded=1;curved=1;html=1;endArrow=block;strokeColor=#d0d0d0;fontColor=#d4d4d4;fontSize=12;labelBackgroundColor=#1f2020;strokeWidth=2;" edge="1" parent="1" source="p74" target="p75"><mxGeometry relative="1" as="geometry" /></mxCell><mxCell id="e32" value="" style="edgeStyle=orthogonalEdgeStyle;rounded=1;curved=1;html=1;endArrow=block;strokeColor=#d0d0d0;fontColor=#d4d4d4;fontSize=12;labelBackgroundColor=#1f2020;strokeWidth=2;" edge="1" parent="1" source="p75" target="d7"><mxGeometry relative="1" as="geometry" /></mxCell></root></mxGraphModel></diagram></mxfile>